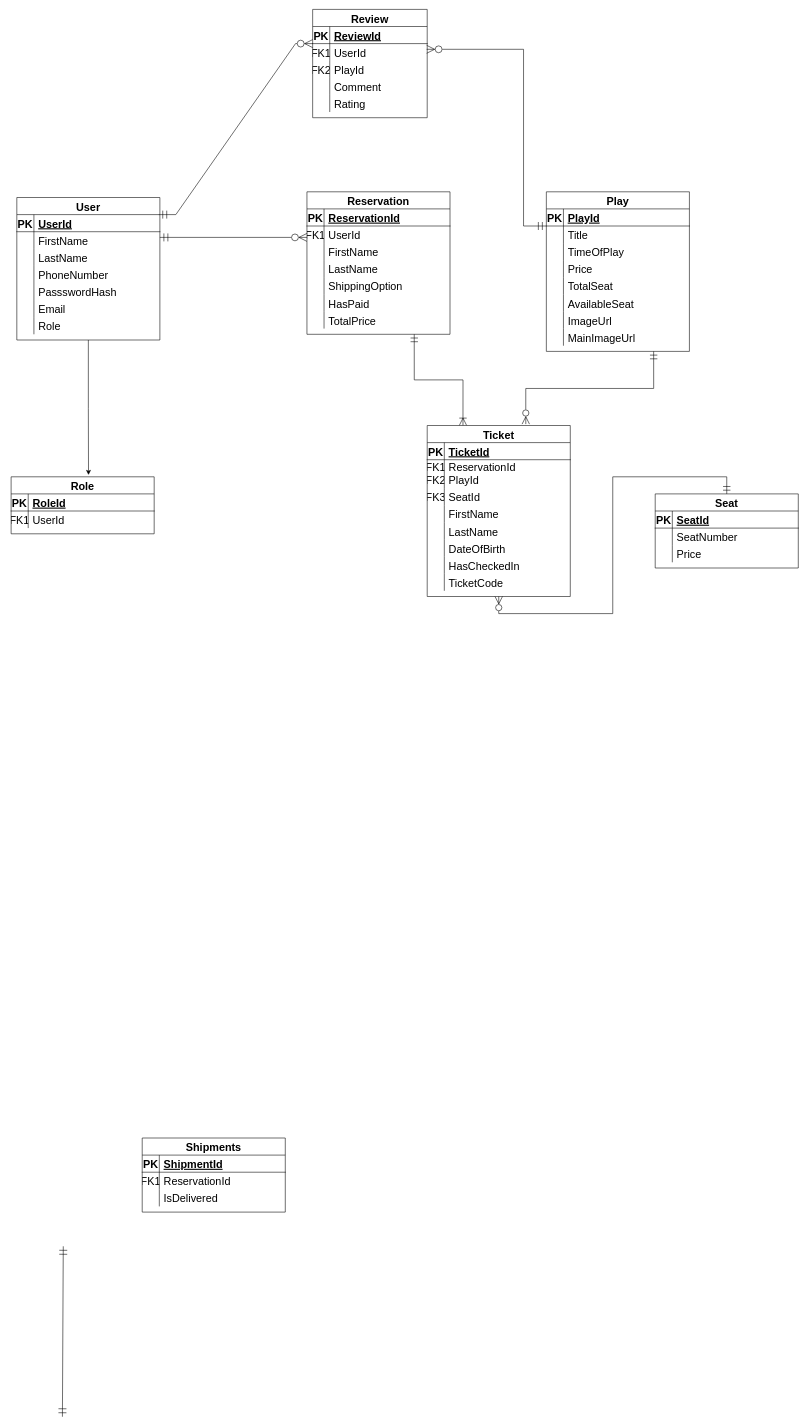
Above: Untitled Diagram.drawio in jefsamo/gct-ticketing-system (draw.io), before the change. Source tidied: cells renumbered, new cells numbered last; positions are measured from the earlier drawing's top-left corner, leaving out a move shared by most shapes. Both pictures are drawn from the tidied source at 57%, with x=0, y=0 at pixel (11, 9).
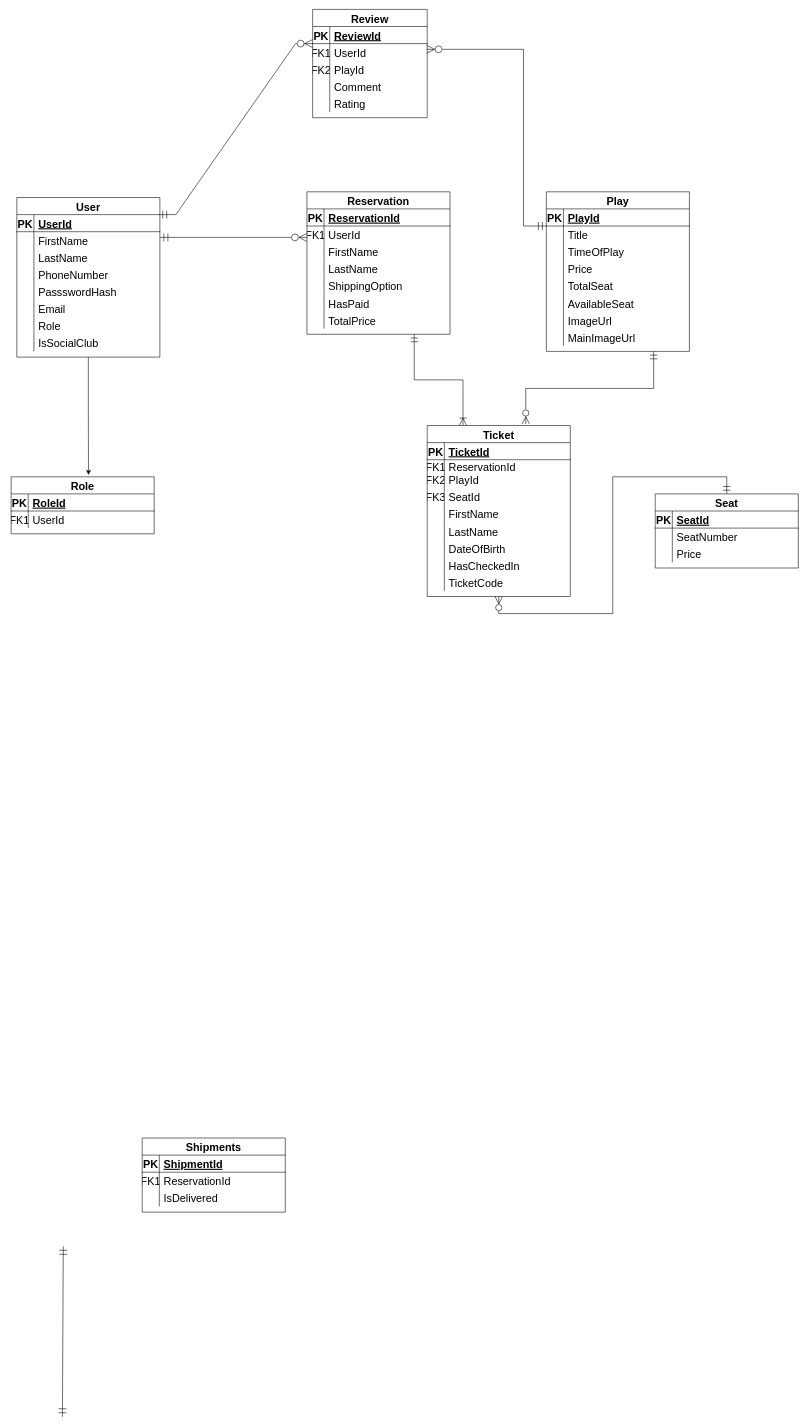
After the change.

Diff of the diagram source:
```diff
@@
     <mxCell id="93" value="User" style="shape=table;startSize=30;childLayout=tableLayout;rowLines=0;fontStyle=1;align=center;fontSize=19;" parent="1" vertex="1">
-      <mxGeometry x="10" y="330" width="251" height="250" as="geometry" />
+      <mxGeometry x="10" y="330" width="251" height="280" as="geometry" />
     </mxCell>
@@
+    <mxCell id="152" style="shape=partialRectangle;fillColor=none;top=0;left=0;right=0;bottom=0;fontSize=19;" parent="93" vertex="1">
+      <mxGeometry y="240" width="251" height="30" as="geometry" />
+    </mxCell>
+    <mxCell id="153" style="shape=partialRectangle;overflow=hidden;fillColor=none;top=0;left=0;bottom=0;right=0;fontSize=19;" parent="152" vertex="1">
+      <mxGeometry width="30" height="30" as="geometry" />
+    </mxCell>
+    <mxCell id="154" value="IsSocialClub" style="shape=partialRectangle;overflow=hidden;fillColor=none;top=0;left=0;bottom=0;right=0;align=left;spacingLeft=6;fontSize=19;" parent="152" vertex="1">
+      <mxGeometry x="30" width="221" height="30" as="geometry" />
+    </mxCell>
```
